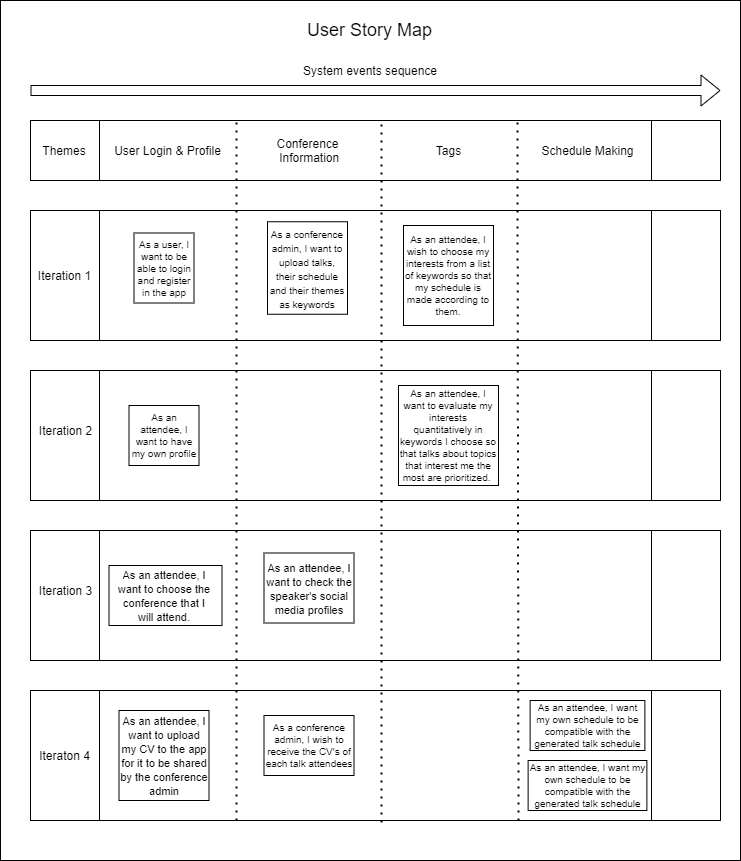
The draw.io diagram img/user_story_map.png in claramoreirag/FEUP-ESOF, before a commit. Source tidied: cells renumbered, new cells last; positions are measured from the earlier drawing's top-left corner, leaving out a move shared by most shapes.
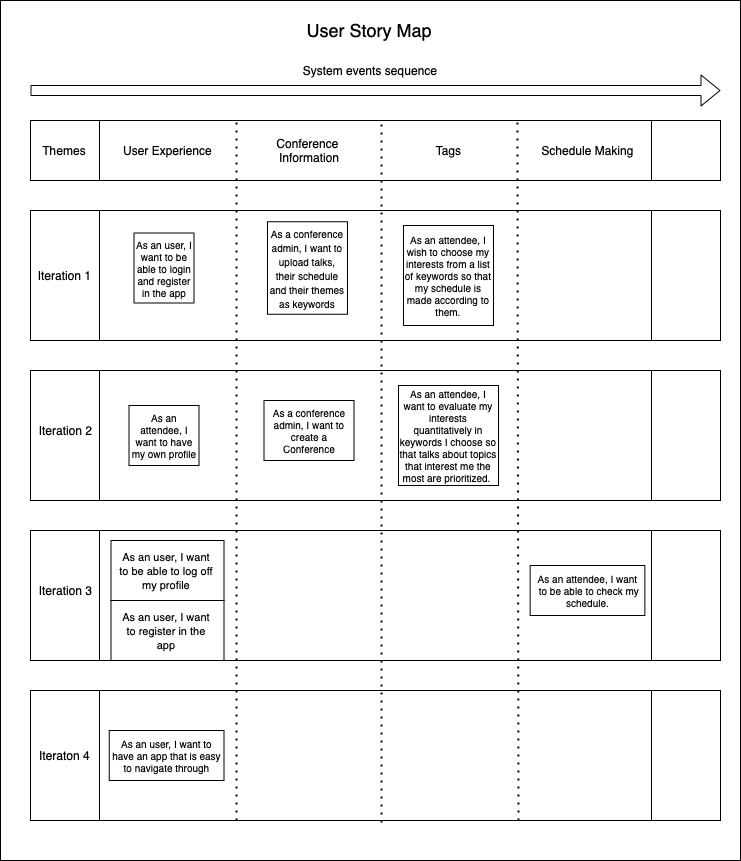
After the commit.

What changed in the source:
```diff
@@ -47,7 +47,7 @@
         <mxPoint x="516.9" y="120.2" as="targetPoint" />
       </mxGeometry>
     </mxCell>
-    <mxCell id="13" value="&lt;span style=&quot;font-size: 10px&quot;&gt;As a user, I want to be able to login and register in the app&lt;/span&gt;" style="rounded=0;whiteSpace=wrap;html=1;fontSize=10;" parent="1" vertex="1">
+    <mxCell id="13" value="&lt;span style=&quot;font-size: 10px&quot;&gt;As an user, I want to be able to login and register in the app&lt;/span&gt;" style="rounded=0;whiteSpace=wrap;html=1;fontSize=10;" parent="1" vertex="1">
       <mxGeometry x="133.5" y="232.5" width="60" height="70" as="geometry" />
     </mxCell>
     <mxCell id="14" value="Themes" style="text;html=1;strokeColor=none;fillColor=none;align=center;verticalAlign=middle;whiteSpace=wrap;rounded=0;" parent="1" vertex="1">
@@ -74,8 +74,8 @@
     <mxCell id="21" value="&lt;font style=&quot;font-size: 10px&quot;&gt;As a conference admin, I want to upload talks, their schedule and their themes as keywords&lt;/font&gt;" style="rounded=0;whiteSpace=wrap;html=1;align=center;" parent="1" vertex="1">
       <mxGeometry x="267" y="221.2" width="80" height="92.5" as="geometry" />
     </mxCell>
-    <mxCell id="22" value="User Login &amp;amp; Profile" style="text;html=1;align=center;verticalAlign=middle;" parent="1" vertex="1">
-      <mxGeometry x="107" y="140" width="120" height="20" as="geometry" />
+    <mxCell id="22" value="User Experience" style="text;html=1;align=center;verticalAlign=middle;" parent="1" vertex="1">
+      <mxGeometry x="117" y="140" width="100" height="20" as="geometry" />
     </mxCell>
     <mxCell id="23" value="Conference&lt;br&gt;&amp;nbsp;Information" style="text;html=1;align=center;verticalAlign=middle;" parent="1" vertex="1">
       <mxGeometry x="267" y="135" width="80" height="30" as="geometry" />
@@ -95,26 +95,32 @@
     <mxCell id="28" value="As an attendee, I want to have my own profile" style="rounded=0;whiteSpace=wrap;html=1;fontSize=10;align=center;" parent="1" vertex="1">
       <mxGeometry x="128.5" y="405" width="70" height="60" as="geometry" />
     </mxCell>
-    <mxCell id="29" value="As an attendee, I want my own schedule to be compatible with the generated talk schedule" style="rounded=0;whiteSpace=wrap;html=1;fontSize=10;align=center;" parent="1" vertex="1">
-      <mxGeometry x="527.6" y="760" width="118.8" height="50" as="geometry" />
-    </mxCell>
-    <mxCell id="30" value="As an attendee, I want my own schedule to be compatible with the generated talk schedule" style="rounded=0;whiteSpace=wrap;html=1;fontSize=10;align=center;" parent="1" vertex="1">
-      <mxGeometry x="529.6" y="700" width="114.8" height="50" as="geometry" />
+    <mxCell id="30" value="As an attendee, I want &amp;nbsp;to be able to check my schedule." style="rounded=0;whiteSpace=wrap;html=1;fontSize=10;align=center;" parent="1" vertex="1">
+      <mxGeometry x="529.6" y="565" width="114.8" height="50" as="geometry" />
     </mxCell>
+    <mxCell id="34" value="As a conference admin, I want to create a Conference" style="rounded=0;whiteSpace=wrap;html=1;strokeColor=#000000;fontSize=10;align=center;" parent="1" vertex="1">
+      <mxGeometry x="263.5" y="400" width="90" height="60" as="geometry" />
+    </mxCell>
+    <mxCell id="36" style="group;" parent="1" vertex="1">
+      <mxGeometry x="110.5" y="540" width="113" height="60" as="geometry" />
+    </mxCell>
-    <mxCell id="31" style="rounded=0;whiteSpace=wrap;html=1;" parent="1" vertex="1">
-      <mxGeometry x="108.5" y="565" width="113" height="60" as="geometry" />
+    <mxCell id="31" style="rounded=0;whiteSpace=wrap;html=1;" parent="36" vertex="1">
+      <mxGeometry width="113" height="60" as="geometry" />
     </mxCell>
-    <mxCell id="32" value="&lt;font style=&quot;font-size: 11px&quot;&gt;As an attendee, I want to choose the conference that I will attend.&lt;/font&gt;" style="text;html=1;strokeColor=none;fillColor=none;align=center;verticalAlign=middle;whiteSpace=wrap;rounded=0;" parent="1" vertex="1">
-      <mxGeometry x="114.5" y="565" width="98" height="60" as="geometry" />
+    <mxCell id="32" value="&lt;span style=&quot;font-size: 11px&quot;&gt;As an user, I want to be able to log off my profile&lt;/span&gt;" style="text;html=1;strokeColor=none;fillColor=none;align=center;verticalAlign=middle;whiteSpace=wrap;rounded=0;" parent="36" vertex="1">
+      <mxGeometry x="6" width="98" height="60" as="geometry" />
     </mxCell>
-    <mxCell id="33" value="&lt;font style=&quot;font-size: 11px&quot;&gt;As an attendee, I want to check the speaker's social media profiles&lt;/font&gt;" style="text;html=1;fillColor=none;align=center;verticalAlign=middle;whiteSpace=wrap;rounded=0;strokeColor=#000000;" parent="1" vertex="1">
-      <mxGeometry x="263.5" y="552.5" width="90" height="70" as="geometry" />
-    </mxCell>
-    <mxCell id="34" value="As a conference admin, I wish to receive the CV's of each talk attendees" style="rounded=0;whiteSpace=wrap;html=1;strokeColor=#000000;fontSize=10;align=center;" parent="1" vertex="1">
-      <mxGeometry x="263.5" y="715" width="90" height="60" as="geometry" />
-    </mxCell>
-    <mxCell id="35" value="&lt;font style=&quot;font-size: 11px&quot;&gt;As an attendee, I want to upload my CV to the app for it to be shared by the conference admin&lt;/font&gt;" style="text;html=1;fillColor=none;align=center;verticalAlign=middle;whiteSpace=wrap;rounded=0;strokeColor=#000000;" parent="1" vertex="1">
-      <mxGeometry x="118.5" y="710" width="90" height="90" as="geometry" />
-    </mxCell>
+    <mxCell id="37" style="group;" parent="1" vertex="1">
+      <mxGeometry x="110.5" y="600" width="113" height="60" as="geometry" />
+    </mxCell>
+    <mxCell id="38" style="rounded=0;whiteSpace=wrap;html=1;" parent="37" vertex="1">
+      <mxGeometry width="113" height="60" as="geometry" />
+    </mxCell>
+    <mxCell id="39" value="&lt;span style=&quot;font-size: 11px&quot;&gt;As an user, I want to register in the app&lt;/span&gt;" style="text;html=1;strokeColor=none;fillColor=none;align=center;verticalAlign=middle;whiteSpace=wrap;rounded=0;" parent="37" vertex="1">
+      <mxGeometry x="6" width="98" height="60" as="geometry" />
+    </mxCell>
+    <mxCell id="40" value="As an user, I want to have an app that is easy to navigate through" style="rounded=0;whiteSpace=wrap;html=1;fontSize=10;align=center;" parent="1" vertex="1">
+      <mxGeometry x="108.8" y="730" width="114.8" height="50" as="geometry" />
+    </mxCell>
   </root>
 </mxGraphModel>
```
